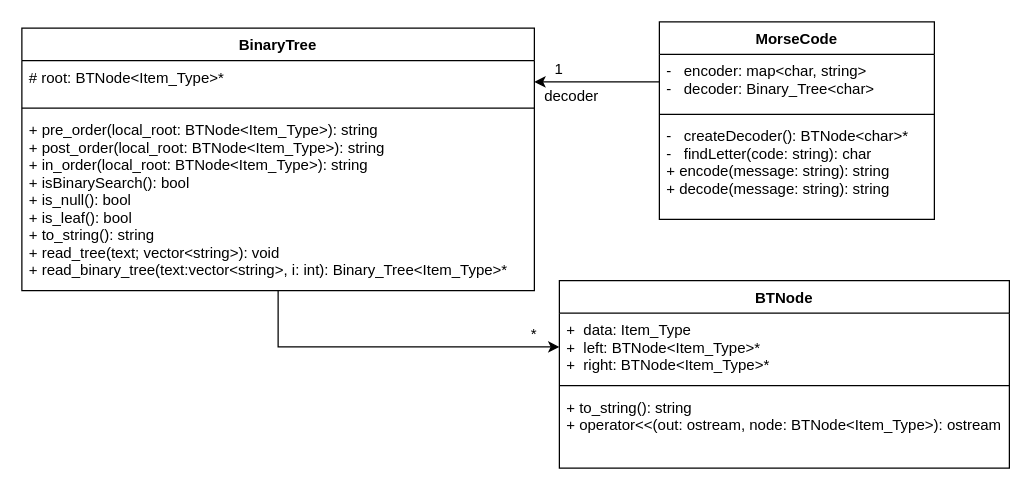
Above: UML Diagram Project 2.drawio in JAWolfe04/CS303_Project_2 (draw.io), before the change. Source tidied: cells renumbered, new cells numbered last; positions are measured from the earlier drawing's top-left corner, leaving out a move shared by most shapes. Both pictures are drawn from the tidied source at 125%, with x=0, y=0 at pixel (21, 21).
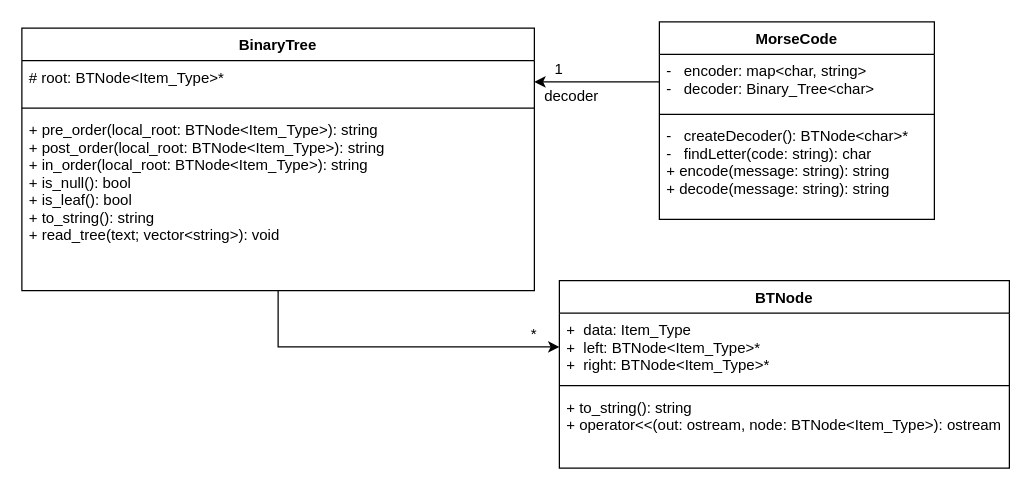
After the change.

Change to the diagram source:
```diff
@@
 <mxGraphModel>
   <root>
     <mxCell id="0" />
     <mxCell id="1" parent="0" />
     <mxCell id="2" style="edgeStyle=orthogonalEdgeStyle;rounded=0;jettySize=auto;html=1;entryX=0;entryY=0.5;entryDx=0;entryDy=0;" parent="1" edge="1" source="3" target="8">
       <mxGeometry relative="1" as="geometry" />
     </mxCell>
     <mxCell id="3" value="BinaryTree" style="swimlane;fontStyle=1;align=center;verticalAlign=top;horizontal=1;startSize=26;" parent="1" vertex="1">
       <mxGeometry y="5" width="410" height="210" as="geometry" />
     </mxCell>
     <mxCell id="4" value="# root: BTNode&lt;Item_Type&gt;*&#10;&#10;" style="text;strokeColor=none;fillColor=none;align=left;verticalAlign=top;spacingLeft=4;spacingRight=4;overflow=hidden;points=[[0,0.5],[1,0.5]];portConstraint=eastwest;" parent="3" vertex="1">
       <mxGeometry y="26" width="410" height="34" as="geometry" />
     </mxCell>
     <mxCell id="5" style="line;strokeWidth=1;fillColor=none;align=left;verticalAlign=middle;spacingTop=-1;spacingLeft=3;spacingRight=3;labelPosition=right;" parent="3" vertex="1">
       <mxGeometry y="60" width="410" height="8" as="geometry" />
     </mxCell>
-    <mxCell id="6" value="+ pre_order(local_root: BTNode&lt;Item_Type&gt;): string&#10;+ post_order(local_root: BTNode&lt;Item_Type&gt;): string&#10;+ in_order(local_root: BTNode&lt;Item_Type&gt;): string&#10;+ isBinarySearch(): bool&#10;+ is_null(): bool&#10;+ is_leaf(): bool&#10;+ to_string(): string&#10;+ read_tree(text; vector&lt;string&gt;): void&#10;+ read_binary_tree(text:vector&lt;string&gt;, i: int): Binary_Tree&lt;Item_Type&gt;* " style="text;strokeColor=none;fillColor=none;align=left;verticalAlign=top;spacingLeft=4;spacingRight=4;overflow=hidden;" parent="3" vertex="1">
+    <mxCell id="6" value="+ pre_order(local_root: BTNode&lt;Item_Type&gt;): string&#10;+ post_order(local_root: BTNode&lt;Item_Type&gt;): string&#10;+ in_order(local_root: BTNode&lt;Item_Type&gt;): string&#10;+ is_null(): bool&#10;+ is_leaf(): bool&#10;+ to_string(): string&#10;+ read_tree(text; vector&lt;string&gt;): void " style="text;strokeColor=none;fillColor=none;align=left;verticalAlign=top;spacingLeft=4;spacingRight=4;overflow=hidden;" parent="3" vertex="1">
       <mxGeometry y="68" width="410" height="142" as="geometry" />
     </mxCell>
     <mxCell id="7" value="BTNode" style="swimlane;fontStyle=1;align=center;verticalAlign=top;horizontal=1;startSize=26;" parent="1" vertex="1">
       <mxGeometry x="430" y="207" width="360" height="150" as="geometry" />
     </mxCell>
     <mxCell id="8" value="+  data: Item_Type &#10;+  left: BTNode&lt;Item_Type&gt;* &#10;+  right: BTNode&lt;Item_Type&gt;* " style="text;strokeColor=none;fillColor=none;align=left;verticalAlign=top;spacingLeft=4;spacingRight=4;overflow=hidden;points=[[0,0.5],[1,0.5]];portConstraint=eastwest;" parent="7" vertex="1">
       <mxGeometry y="26" width="360" height="54" as="geometry" />
     </mxCell>
     <mxCell id="9" style="line;strokeWidth=1;fillColor=none;align=left;verticalAlign=middle;spacingTop=-1;spacingLeft=3;spacingRight=3;labelPosition=right;" parent="7" vertex="1">
       <mxGeometry y="80" width="360" height="8" as="geometry" />
     </mxCell>
     <mxCell id="10" value="+ to_string(): string&#10;+ operator&lt;&lt;(out: ostream, node: BTNode&lt;Item_Type&gt;): ostream " style="text;strokeColor=none;fillColor=none;align=left;verticalAlign=top;spacingLeft=4;spacingRight=4;overflow=hidden;" parent="7" vertex="1">
       <mxGeometry y="88" width="360" height="62" as="geometry" />
     </mxCell>
     <mxCell id="11" value="MorseCode" style="swimlane;fontStyle=1;align=center;verticalAlign=top;horizontal=1;startSize=26;" parent="1" vertex="1">
       <mxGeometry x="510" width="220" height="158" as="geometry" />
     </mxCell>
     <mxCell id="12" value="-   encoder: map&lt;char, string&gt; &#10;-   decoder: Binary_Tree&lt;char&gt;&#10; " style="text;strokeColor=none;fillColor=none;align=left;verticalAlign=top;spacingLeft=4;spacingRight=4;overflow=hidden;points=[[0,0.5],[1,0.5]];portConstraint=eastwest;" parent="11" vertex="1">
       <mxGeometry y="26" width="220" height="44" as="geometry" />
     </mxCell>
     <mxCell id="13" style="line;strokeWidth=1;fillColor=none;align=left;verticalAlign=middle;spacingTop=-1;spacingLeft=3;spacingRight=3;labelPosition=right;" parent="11" vertex="1">
       <mxGeometry y="70" width="220" height="8" as="geometry" />
     </mxCell>
     <mxCell id="14" value="-   createDecoder(): BTNode&lt;char&gt;*&#10;-   findLetter(code: string): char&#10;+ encode(message: string): string&#10;+ decode(message: string): string " style="text;strokeColor=none;fillColor=none;align=left;verticalAlign=top;spacingLeft=4;spacingRight=4;overflow=hidden;" parent="11" vertex="1">
       <mxGeometry y="78" width="220" height="80" as="geometry" />
     </mxCell>
     <mxCell id="15" style="edgeStyle=orthogonalEdgeStyle;rounded=0;jettySize=auto;html=1;exitX=0;exitY=0.5;exitDx=0;exitDy=0;entryX=1;entryY=0.5;entryDx=0;entryDy=0;" parent="1" edge="1" source="12" target="4">
       <mxGeometry relative="1" as="geometry" />
     </mxCell>
     <mxCell id="16" value="decoder" style="text;html=1;strokeColor=none;fillColor=none;align=center;verticalAlign=middle;whiteSpace=wrap;rounded=0;" parent="1" vertex="1">
       <mxGeometry x="420" y="50" width="40" height="20" as="geometry" />
     </mxCell>
     <mxCell id="17" value="1" style="text;html=1;strokeColor=none;fillColor=none;align=center;verticalAlign=middle;whiteSpace=wrap;rounded=0;" parent="1" vertex="1">
       <mxGeometry x="410" y="28" width="40" height="20" as="geometry" />
     </mxCell>
     <mxCell id="18" value="*" style="text;html=1;strokeColor=none;fillColor=none;align=center;verticalAlign=middle;whiteSpace=wrap;rounded=0;" parent="1" vertex="1">
       <mxGeometry x="390" y="240" width="40" height="20" as="geometry" />
     </mxCell>
   </root>
 </mxGraphModel>
```
